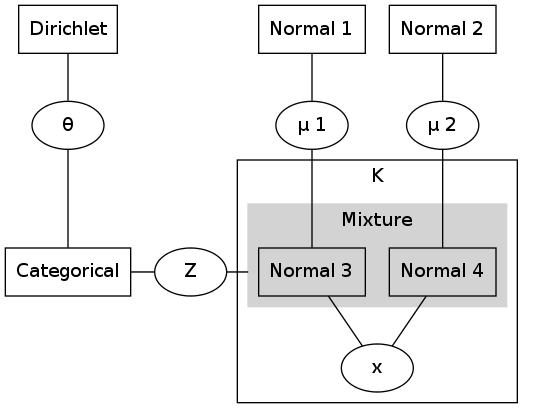
pbenner/tfbayes keeps this Graphviz diagram as tfbayes/fg/factor-graph-test-5-fg.png. Above is the earlier version. Its source is kept beside it as tfbayes/fg/factor-graph-test-5-fg.dot. The source it was exported from:
```dot
graph G {
	{ rank = same;
		z   [shape=ellipse];
		cat [shape=box]}
	cat -- z;
	compound=true;
	subgraph cluster_B {
		subgraph cluster_A {
			style = filled;
			color = lightgray;
			node [shape = box];
			n3 [label = "Normal 3"];
			n4 [label = "Normal 4"];
			label = "Mixture";
		}
		x [label = "x"];
		n3 -- x;
		n4 -- x;
		label = "K";
	}
	node [shape = ellipse];
	mu1 [label = "&mu; 1"];
	mu2 [label = "&mu; 2"];
	z  [label = "Z"];
	t  [label = "&theta;"];
	node [shape = box];
	n1 [label = "Normal 1"];
	n2 [label = "Normal 2"];
	cat [label = "Categorical"];
	dir [label = "Dirichlet"];
	z -- n3 [constraint = false,lhead=cluster_A];

	n1 -- mu1;
	n2 -- mu2;
	mu1 -- n3;
	mu2 -- n4;
	t -- cat;
	dir -- t;
}
```
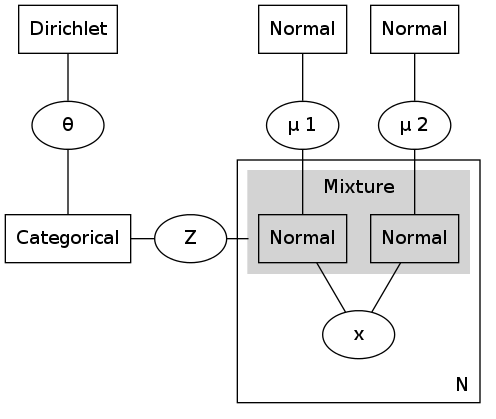
The same diagram one commit later.

The edit, as a diff of the source:
```diff
@@ -9,14 +9,16 @@
 			style = filled;
 			color = lightgray;
 			node [shape = box];
-			n3 [label = "Normal 3"];
-			n4 [label = "Normal 4"];
+			n3 [label = "Normal"];
+			n4 [label = "Normal"];
 			label = "Mixture";
 		}
 		x [label = "x"];
 		n3 -- x;
 		n4 -- x;
-		label = "K";
+		labeljust = "r";
+		labelloc = "b";
+		label = "N";
 	}
 	node [shape = ellipse];
 	mu1 [label = "&mu; 1"];
@@ -24,8 +26,8 @@
 	z  [label = "Z"];
 	t  [label = "&theta;"];
 	node [shape = box];
-	n1 [label = "Normal 1"];
-	n2 [label = "Normal 2"];
+	n1 [label = "Normal"];
+	n2 [label = "Normal"];
 	cat [label = "Categorical"];
 	dir [label = "Dirichlet"];
 	z -- n3 [constraint = false,lhead=cluster_A];
```
